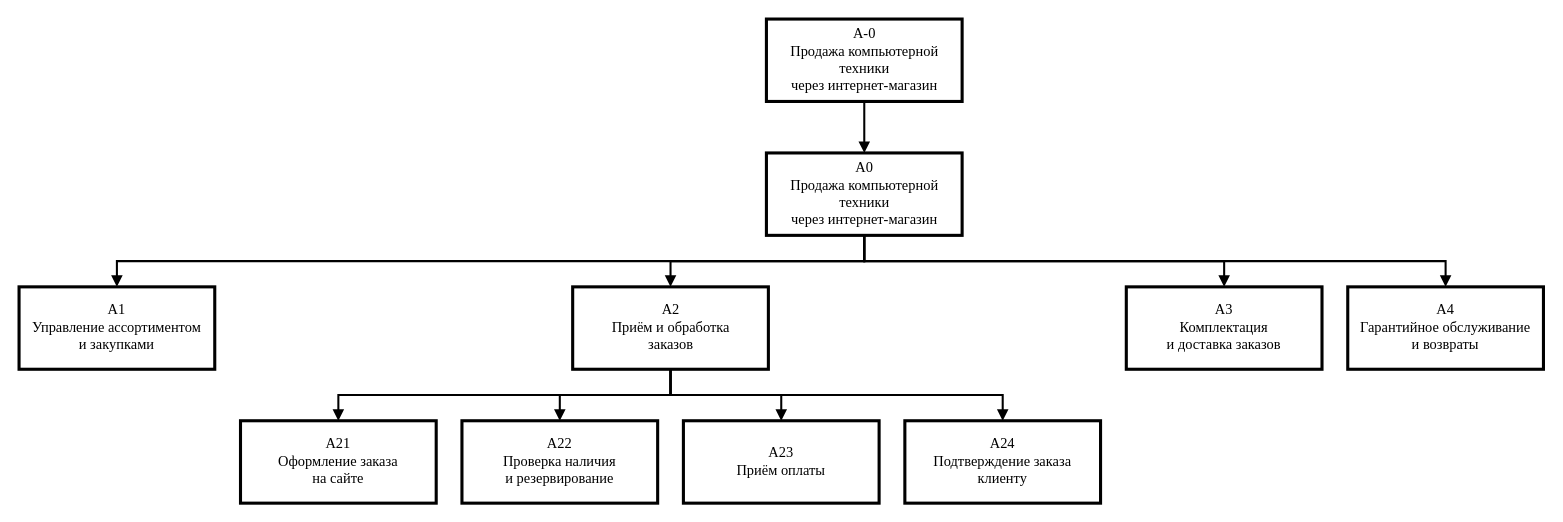
Before: page "Дерево узлов" (4 of 5) of docs/mbp-lr1/ВСЕ_ДИАГРАММЫ.drawio in KsushaKhadzhinova/DSLKit-Project, a draw.io diagram. Source tidied: cells renumbered, new cells numbered last; positions are measured from the earlier drawing's top-left corner, leaving out a move shared by most shapes. Both pictures are drawn from the tidied source at 103%, with x=0, y=0 at pixel (19, 19).
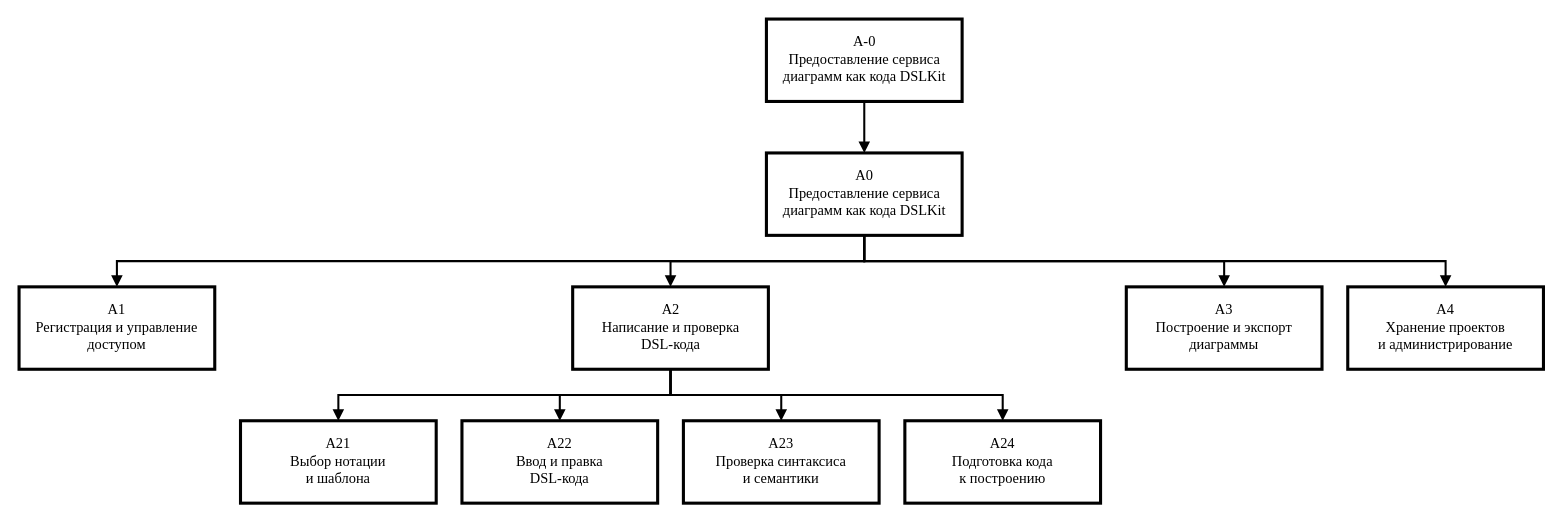
After the change.

Diff of the diagram source:
```diff
@@
-    <mxCell id="2" value="A-0&lt;br&gt;Продажа компьютерной техники&lt;br&gt;через интернет-магазин" style="rounded=0;whiteSpace=wrap;html=1;fontFamily=Times New Roman;fontSize=14;fillColor=#FFFFFF;strokeWidth=3;align=center;verticalAlign=middle;" parent="1" vertex="1">
+    <mxCell id="2" value="A-0&lt;br&gt;Предоставление сервиса&lt;br&gt;диаграмм как кода DSLKit" style="rounded=0;whiteSpace=wrap;html=1;fontFamily=Times New Roman;fontSize=14;fillColor=#FFFFFF;strokeWidth=3;align=center;verticalAlign=middle;" parent="1" vertex="1">
       <mxGeometry x="725.6" width="190" height="80" as="geometry" />
     </mxCell>
-    <mxCell id="3" value="A0&lt;br&gt;Продажа компьютерной техники&lt;br&gt;через интернет-магазин" style="rounded=0;whiteSpace=wrap;html=1;fontFamily=Times New Roman;fontSize=14;fillColor=#FFFFFF;strokeWidth=3;align=center;verticalAlign=middle;" parent="1" vertex="1">
+    <mxCell id="3" value="A0&lt;br&gt;Предоставление сервиса&lt;br&gt;диаграмм как кода DSLKit" style="rounded=0;whiteSpace=wrap;html=1;fontFamily=Times New Roman;fontSize=14;fillColor=#FFFFFF;strokeWidth=3;align=center;verticalAlign=middle;" parent="1" vertex="1">
       <mxGeometry x="725.6" y="130" width="190" height="80" as="geometry" />
     </mxCell>
-    <mxCell id="4" value="A1&lt;br&gt;Управление ассортиментом&lt;br&gt;и закупками" style="rounded=0;whiteSpace=wrap;html=1;fontFamily=Times New Roman;fontSize=14;fillColor=#FFFFFF;strokeWidth=3;align=center;verticalAlign=middle;" parent="1" vertex="1">
+    <mxCell id="4" value="A1&lt;br&gt;Регистрация и управление&lt;br&gt;доступом" style="rounded=0;whiteSpace=wrap;html=1;fontFamily=Times New Roman;fontSize=14;fillColor=#FFFFFF;strokeWidth=3;align=center;verticalAlign=middle;" parent="1" vertex="1">
       <mxGeometry y="260" width="190" height="80" as="geometry" />
     </mxCell>
-    <mxCell id="5" value="A2&lt;br&gt;Приём и обработка&lt;br&gt;заказов" style="rounded=0;whiteSpace=wrap;html=1;fontFamily=Times New Roman;fontSize=14;fillColor=#FFFFFF;strokeWidth=3;align=center;verticalAlign=middle;" parent="1" vertex="1">
+    <mxCell id="5" value="A2&lt;br&gt;Написание и проверка&lt;br&gt;DSL-кода" style="rounded=0;whiteSpace=wrap;html=1;fontFamily=Times New Roman;fontSize=14;fillColor=#FFFFFF;strokeWidth=3;align=center;verticalAlign=middle;" parent="1" vertex="1">
       <mxGeometry x="537.5" y="260" width="190" height="80" as="geometry" />
     </mxCell>
-    <mxCell id="6" value="A21&lt;br&gt;Оформление заказа&lt;br&gt;на сайте" style="rounded=0;whiteSpace=wrap;html=1;fontFamily=Times New Roman;fontSize=14;fillColor=#FFFFFF;strokeWidth=3;align=center;verticalAlign=middle;" parent="1" vertex="1">
+    <mxCell id="6" value="A21&lt;br&gt;Выбор нотации&lt;br&gt;и шаблона" style="rounded=0;whiteSpace=wrap;html=1;fontFamily=Times New Roman;fontSize=14;fillColor=#FFFFFF;strokeWidth=3;align=center;verticalAlign=middle;" parent="1" vertex="1">
       <mxGeometry x="215" y="390" width="190" height="80" as="geometry" />
     </mxCell>
-    <mxCell id="7" value="A22&lt;br&gt;Проверка наличия&lt;br&gt;и резервирование" style="rounded=0;whiteSpace=wrap;html=1;fontFamily=Times New Roman;fontSize=14;fillColor=#FFFFFF;strokeWidth=3;align=center;verticalAlign=middle;" parent="1" vertex="1">
+    <mxCell id="7" value="A22&lt;br&gt;Ввод и правка&lt;br&gt;DSL-кода" style="rounded=0;whiteSpace=wrap;html=1;fontFamily=Times New Roman;fontSize=14;fillColor=#FFFFFF;strokeWidth=3;align=center;verticalAlign=middle;" parent="1" vertex="1">
       <mxGeometry x="430" y="390" width="190" height="80" as="geometry" />
     </mxCell>
-    <mxCell id="8" value="A23&lt;br&gt;Приём оплаты" style="rounded=0;whiteSpace=wrap;html=1;fontFamily=Times New Roman;fontSize=14;fillColor=#FFFFFF;strokeWidth=3;align=center;verticalAlign=middle;" parent="1" vertex="1">
+    <mxCell id="8" value="A23&lt;br&gt;Проверка синтаксиса&lt;br&gt;и семантики" style="rounded=0;whiteSpace=wrap;html=1;fontFamily=Times New Roman;fontSize=14;fillColor=#FFFFFF;strokeWidth=3;align=center;verticalAlign=middle;" parent="1" vertex="1">
       <mxGeometry x="645" y="390" width="190" height="80" as="geometry" />
     </mxCell>
-    <mxCell id="9" value="A24&lt;br&gt;Подтверждение заказа&lt;br&gt;клиенту" style="rounded=0;whiteSpace=wrap;html=1;fontFamily=Times New Roman;fontSize=14;fillColor=#FFFFFF;strokeWidth=3;align=center;verticalAlign=middle;" parent="1" vertex="1">
+    <mxCell id="9" value="A24&lt;br&gt;Подготовка кода&lt;br&gt;к построению" style="rounded=0;whiteSpace=wrap;html=1;fontFamily=Times New Roman;fontSize=14;fillColor=#FFFFFF;strokeWidth=3;align=center;verticalAlign=middle;" parent="1" vertex="1">
       <mxGeometry x="860" y="390" width="190" height="80" as="geometry" />
     </mxCell>
-    <mxCell id="10" value="A3&lt;br&gt;Комплектация&lt;br&gt;и доставка заказов" style="rounded=0;whiteSpace=wrap;html=1;fontFamily=Times New Roman;fontSize=14;fillColor=#FFFFFF;strokeWidth=3;align=center;verticalAlign=middle;" parent="1" vertex="1">
+    <mxCell id="10" value="A3&lt;br&gt;Построение и экспорт&lt;br&gt;диаграммы" style="rounded=0;whiteSpace=wrap;html=1;fontFamily=Times New Roman;fontSize=14;fillColor=#FFFFFF;strokeWidth=3;align=center;verticalAlign=middle;" parent="1" vertex="1">
       <mxGeometry x="1075" y="260" width="190" height="80" as="geometry" />
     </mxCell>
-    <mxCell id="11" value="A4&lt;br&gt;Гарантийное обслуживание&lt;br&gt;и возвраты" style="rounded=0;whiteSpace=wrap;html=1;fontFamily=Times New Roman;fontSize=14;fillColor=#FFFFFF;strokeWidth=3;align=center;verticalAlign=middle;" parent="1" vertex="1">
+    <mxCell id="11" value="A4&lt;br&gt;Хранение проектов&lt;br&gt;и администрирование" style="rounded=0;whiteSpace=wrap;html=1;fontFamily=Times New Roman;fontSize=14;fillColor=#FFFFFF;strokeWidth=3;align=center;verticalAlign=middle;" parent="1" vertex="1">
       <mxGeometry x="1290" y="260" width="190" height="80" as="geometry" />
     </mxCell>
```
